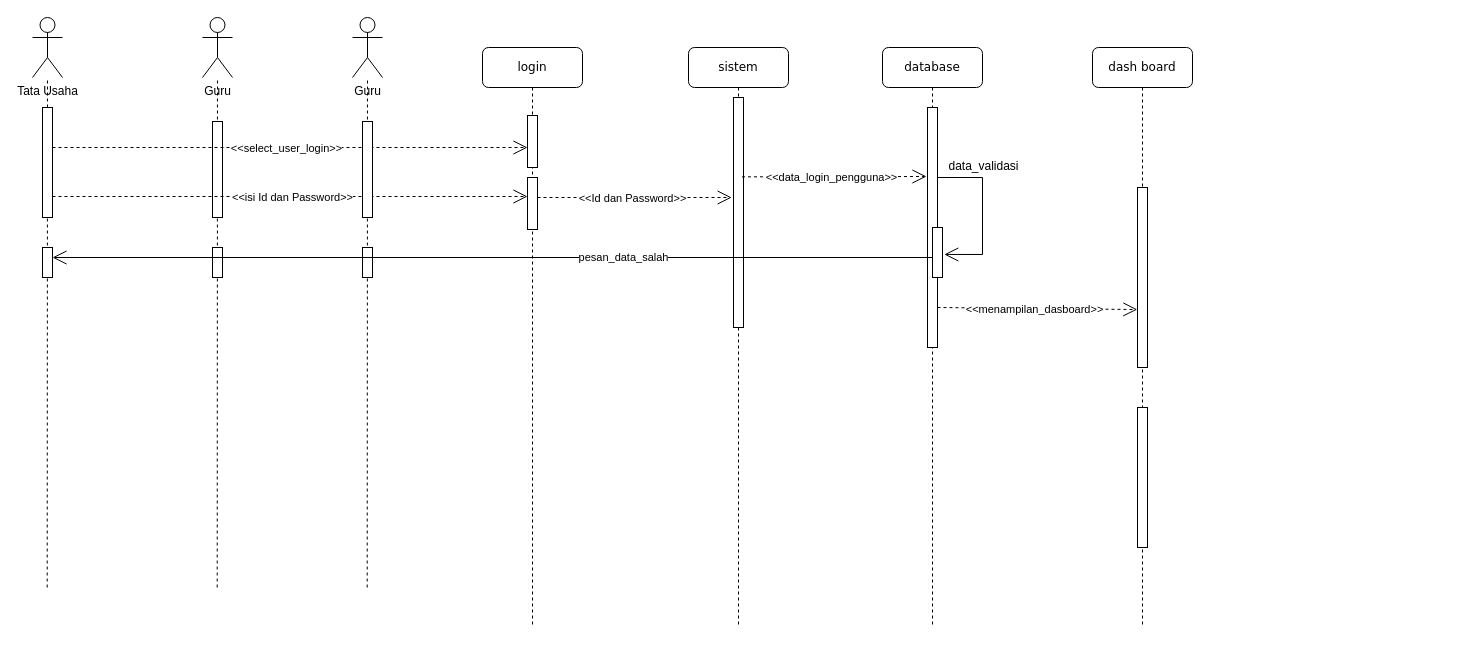
orpax/Materi-Database keeps this draw.io diagram as squence_diagram_3.drawio. Above is the earlier version. Source tidied: cells renumbered, new cells numbered last; positions are measured from the earlier drawing's top-left corner, leaving out a move shared by most shapes. Both pictures are drawn from the tidied source at 100%, with x=0, y=0 at pixel (32, 17).
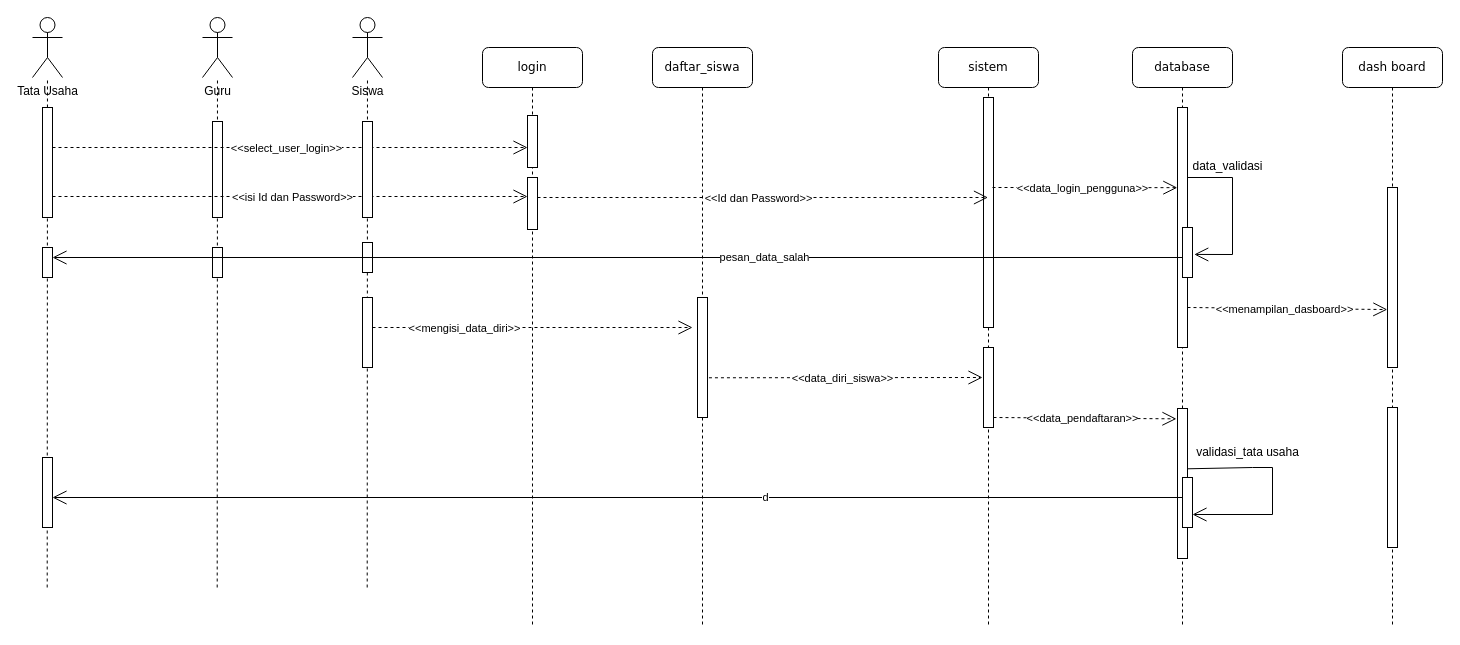
The same page after the edit.

The change refers to these unchanged cells:
```xml
<mxCell id="3" style="html=1;points=[];perimeter=orthogonalPerimeter;rounded=0;shadow=0;comic=0;labelBackgroundColor=none;strokeWidth=1;fontFamily=Verdana;fontSize=12;align=center;" parent="2" vertex="1">
  <mxGeometry x="45" y="50" width="10" height="230" as="geometry" />
</mxCell>
<mxCell id="5" style="html=1;points=[];perimeter=orthogonalPerimeter;rounded=0;shadow=0;comic=0;labelBackgroundColor=none;strokeWidth=1;fontFamily=Verdana;fontSize=12;align=center;" parent="4" vertex="1">
  <mxGeometry x="45" y="60" width="10" height="240" as="geometry" />
</mxCell>
<mxCell id="14" style="group;" parent="1" vertex="1">
  <mxGeometry width="30" height="570" as="geometry" />
</mxCell>
<mxCell id="35" style="group;" parent="1" vertex="1">
  <mxGeometry x="320" width="30" height="570" as="geometry" />
</mxCell>
```

Change to the diagram source:
```diff
@@
     <mxCell id="2" value="sistem" style="shape=umlLifeline;perimeter=lifelinePerimeter;whiteSpace=wrap;html=1;outlineConnect=0;rounded=1;shadow=0;comic=0;labelBackgroundColor=none;strokeWidth=1;fontFamily=Verdana;fontSize=12;align=center;" parent="1" vertex="1">
-      <mxGeometry x="656" y="30" width="100" height="580" as="geometry" />
+      <mxGeometry x="906" y="30" width="100" height="580" as="geometry" />
     </mxCell>
@@
+    <mxCell id="44" style="html=1;perimeter=orthogonalPerimeter;rounded=0;shadow=0;comic=0;labelBackgroundColor=none;strokeWidth=1;fontFamily=Verdana;fontSize=12;align=center;" parent="2" vertex="1">
+      <mxGeometry x="45" y="300" width="10" height="80" as="geometry" />
+    </mxCell>
+    <mxCell id="45" style="endArrow=open;endSize=12;dashed=1;html=1;rounded=0;exitX=1.144;exitY=0.669;exitDx=0;exitDy=0;exitPerimeter=0;entryX=-0.106;entryY=0.069;entryDx=0;entryDy=0;entryPerimeter=0;" parent="2" edge="1" target="47">
+      <mxGeometry relative="1" as="geometry">
+        <mxPoint x="55" y="370" as="sourcePoint" />
+      </mxGeometry>
+    </mxCell>
+    <mxCell id="46" value="&amp;lt;&amp;lt;data_pendaftaran&amp;gt;&amp;gt;" style="edgeLabel;html=1;align=center;verticalAlign=middle;" parent="45" vertex="1">
+      <mxGeometry x="-0.02" relative="1" as="geometry">
+        <mxPoint x="-1" as="offset" />
+      </mxGeometry>
+    </mxCell>
     <mxCell id="4" value="database" style="shape=umlLifeline;perimeter=lifelinePerimeter;whiteSpace=wrap;html=1;outlineConnect=0;rounded=1;shadow=0;comic=0;labelBackgroundColor=none;strokeWidth=1;fontFamily=Verdana;fontSize=12;align=center;" parent="1" vertex="1">
-      <mxGeometry x="850" y="30" width="100" height="580" as="geometry" />
+      <mxGeometry x="1100" y="30" width="100" height="580" as="geometry" />
     </mxCell>
@@
+    <mxCell id="42" style="endArrow=open;endSize=12;dashed=1;html=1;rounded=0;entryX=-0.019;entryY=0.334;entryDx=0;entryDy=0;entryPerimeter=0;" parent="4" edge="1" target="5">
+      <mxGeometry relative="1" as="geometry">
+        <mxPoint x="-140" y="140" as="sourcePoint" />
+      </mxGeometry>
+    </mxCell>
+    <mxCell id="43" value="&amp;lt;&amp;lt;data_login_pengguna&amp;gt;&amp;gt;" style="edgeLabel;html=1;align=center;verticalAlign=middle;" parent="42" vertex="1">
+      <mxGeometry x="-0.02" relative="1" as="geometry">
+        <mxPoint x="-1" as="offset" />
+      </mxGeometry>
+    </mxCell>
+    <mxCell id="47" style="html=1;points=[];perimeter=orthogonalPerimeter;rounded=0;shadow=0;comic=0;labelBackgroundColor=none;strokeWidth=1;fontFamily=Verdana;fontSize=12;align=center;" parent="4" vertex="1">
+      <mxGeometry x="45" y="361" width="10" height="150" as="geometry" />
+    </mxCell>
+    <mxCell id="48" style="html=1;perimeter=orthogonalPerimeter;rounded=0;shadow=0;comic=0;labelBackgroundColor=none;strokeWidth=1;fontFamily=Verdana;fontSize=12;align=center;" parent="4" vertex="1">
+      <mxGeometry x="50" y="430" width="10" height="50" as="geometry" />
+    </mxCell>
@@
+    <mxCell id="49" style="html=1;perimeter=orthogonalPerimeter;rounded=0;shadow=0;comic=0;labelBackgroundColor=none;strokeWidth=1;fontFamily=Verdana;fontSize=12;align=center;" parent="14" vertex="1">
+      <mxGeometry x="10" y="440" width="10" height="70" as="geometry" />
+    </mxCell>
@@
     <mxCell id="24" style="group;" parent="1" vertex="1">
-      <mxGeometry x="1060" y="30" width="100" height="580" as="geometry" />
+      <mxGeometry x="1310" y="30" width="100" height="580" as="geometry" />
     </mxCell>
@@
-    <mxCell id="32" style="endArrow=open;endSize=12;dashed=1;html=1;rounded=0;entryX=-0.079;entryY=0.258;entryDx=0;entryDy=0;entryPerimeter=0;" parent="1" edge="1">
+    <mxCell id="32" style="endArrow=open;endSize=12;dashed=1;html=1;rounded=0;" parent="1" edge="1" target="2">
       <mxGeometry relative="1" as="geometry">
         <mxPoint x="505" y="180" as="sourcePoint" />
-        <mxPoint x="699.2" y="180" as="targetPoint" />
       </mxGeometry>
     </mxCell>
@@
     <mxCell id="34" value="data_validasi" style="text;html=1;align=center;verticalAlign=middle;strokeColor=none;fillColor=none;" parent="1" vertex="1">
-      <mxGeometry x="906" y="134" width="90" height="30" as="geometry" />
+      <mxGeometry x="1150" y="134" width="90" height="30" as="geometry" />
     </mxCell>
@@
-    <mxCell id="37" value="Guru" style="shape=umlActor;verticalLabelPosition=bottom;verticalAlign=top;html=1;outlineConnect=0;" parent="35" vertex="1">
+    <mxCell id="37" value="Siswa" style="shape=umlActor;verticalLabelPosition=bottom;verticalAlign=top;html=1;outlineConnect=0;" parent="35" vertex="1">
       <mxGeometry width="30" height="60" as="geometry" />
     </mxCell>
@@
     <mxCell id="39" style="html=1;perimeter=orthogonalPerimeter;rounded=0;shadow=0;comic=0;labelBackgroundColor=none;strokeWidth=1;fontFamily=Verdana;fontSize=12;align=center;" parent="35" vertex="1">
-      <mxGeometry x="10" y="230" width="10" height="30" as="geometry" />
+      <mxGeometry x="10" y="225" width="10" height="30" as="geometry" />
     </mxCell>
+    <mxCell id="50" style="html=1;perimeter=orthogonalPerimeter;rounded=0;shadow=0;comic=0;labelBackgroundColor=none;strokeWidth=1;fontFamily=Verdana;fontSize=12;align=center;" parent="35" vertex="1">
+      <mxGeometry x="10" y="280" width="10" height="70" as="geometry" />
+    </mxCell>
-    <mxCell id="40" style="endArrow=open;endFill=1;endSize=12;html=1;rounded=0;" parent="1" edge="1">
+    <mxCell id="40" style="endArrow=open;endFill=1;endSize=12;html=1;rounded=0;" parent="1" edge="1" source="4">
       <mxGeometry relative="1" as="geometry">
-        <mxPoint x="900.5" y="240" as="sourcePoint" />
         <mxPoint x="20" y="240" as="targetPoint" />
       </mxGeometry>
     </mxCell>
@@
-    <mxCell id="42" style="endArrow=open;endSize=12;dashed=1;html=1;rounded=0;exitX=0.85;exitY=0.345;exitDx=0;exitDy=0;exitPerimeter=0;" parent="1" edge="1" source="3">
-      <mxGeometry relative="1" as="geometry">
-        <mxPoint x="894" y="159" as="targetPoint" />
-      </mxGeometry>
-    </mxCell>
-    <mxCell id="43" value="&amp;lt;&amp;lt;data_login_pengguna&amp;gt;&amp;gt;" style="edgeLabel;html=1;align=center;verticalAlign=middle;" parent="42" vertex="1">
-      <mxGeometry x="-0.02" relative="1" as="geometry">
-        <mxPoint x="-1" as="offset" />
-      </mxGeometry>
-    </mxCell>
+    <mxCell id="51" value="daftar_siswa" style="shape=umlLifeline;perimeter=lifelinePerimeter;whiteSpace=wrap;html=1;rounded=1;shadow=0;comic=0;labelBackgroundColor=none;strokeWidth=1;fontFamily=Verdana;fontSize=12;align=center;" parent="1" vertex="1">
+      <mxGeometry x="620" y="30" width="100" height="580" as="geometry" />
+    </mxCell>
+    <mxCell id="52" style="html=1;points=[];perimeter=orthogonalPerimeter;rounded=0;shadow=0;comic=0;labelBackgroundColor=none;strokeWidth=1;fontFamily=Verdana;fontSize=12;align=center;" parent="51" vertex="1">
+      <mxGeometry x="45" y="250" width="10" height="120" as="geometry" />
+    </mxCell>
+    <mxCell id="53" style="endArrow=open;endSize=12;dashed=1;html=1;rounded=0;" parent="1" edge="1">
+      <mxGeometry relative="1" as="geometry">
+        <mxPoint x="340" y="310" as="sourcePoint" />
+        <mxPoint x="660" y="310" as="targetPoint" />
+      </mxGeometry>
+    </mxCell>
+    <mxCell id="54" value="&amp;lt;&amp;lt;mengisi_data_diri&amp;gt;&amp;gt;" style="edgeLabel;html=1;align=center;verticalAlign=middle;" parent="53" vertex="1">
+      <mxGeometry x="-0.02" relative="1" as="geometry">
+        <mxPoint x="-66" as="offset" />
+      </mxGeometry>
+    </mxCell>
+    <mxCell id="55" style="endArrow=open;endSize=12;dashed=1;html=1;rounded=0;exitX=1.144;exitY=0.669;exitDx=0;exitDy=0;exitPerimeter=0;" parent="1" edge="1" source="52">
+      <mxGeometry relative="1" as="geometry">
+        <mxPoint x="950" y="360" as="targetPoint" />
+      </mxGeometry>
+    </mxCell>
+    <mxCell id="56" value="&amp;lt;&amp;lt;data_diri_siswa&amp;gt;&amp;gt;" style="edgeLabel;html=1;align=center;verticalAlign=middle;" parent="55" vertex="1">
+      <mxGeometry x="-0.02" relative="1" as="geometry">
+        <mxPoint x="-1" as="offset" />
+      </mxGeometry>
+    </mxCell>
+    <mxCell id="57" value="validasi_tata usaha" style="text;html=1;align=center;verticalAlign=middle;strokeColor=none;fillColor=none;" parent="1" vertex="1">
+      <mxGeometry x="1150" y="420" width="130" height="30" as="geometry" />
+    </mxCell>
+    <mxCell id="58" style="endArrow=open;endFill=1;endSize=12;html=1;rounded=0;exitX=0.962;exitY=0.402;exitDx=0;exitDy=0;exitPerimeter=0;" parent="1" edge="1" source="47">
+      <mxGeometry relative="1" as="geometry">
+        <mxPoint x="1160" y="497" as="targetPoint" />
+        <Array as="points">
+          <mxPoint x="1220" y="450" />
+          <mxPoint x="1240" y="450" />
+          <mxPoint x="1240" y="497" />
+        </Array>
+      </mxGeometry>
+    </mxCell>
+    <mxCell id="59" style="endArrow=open;endFill=1;endSize=12;html=1;rounded=0;" parent="1" edge="1">
+      <mxGeometry relative="1" as="geometry">
+        <mxPoint x="1150" y="480" as="sourcePoint" />
+        <mxPoint x="20" y="480" as="targetPoint" />
+      </mxGeometry>
+    </mxCell>
+    <mxCell id="60" value="d" style="edgeLabel;html=1;align=center;verticalAlign=middle;" parent="59" vertex="1">
+      <mxGeometry x="-0.13" y="-3" relative="1" as="geometry">
+        <mxPoint x="74" y="2" as="offset" />
+      </mxGeometry>
+    </mxCell>
```
